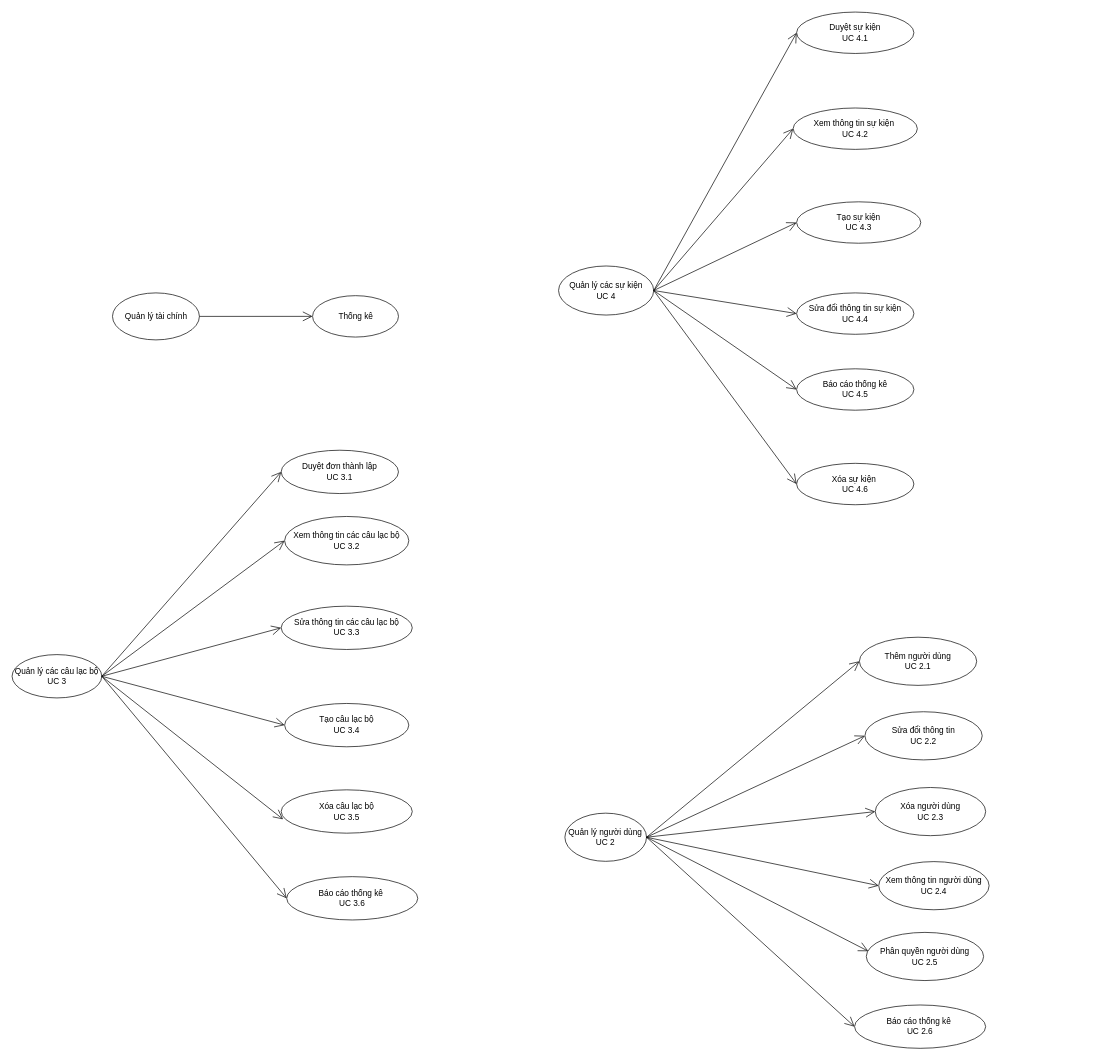
DnhTrn/finall_project keeps this draw.io diagram as page "event_content" (18 of 19) of Diagram.drawio. Above is the earlier version. Source tidied: cells renumbered, new cells numbered last; positions are measured from the earlier drawing's top-left corner, leaving out a move shared by most shapes. Both pictures are drawn from the tidied source at 69%, with x=0, y=0 at pixel (12, 12).
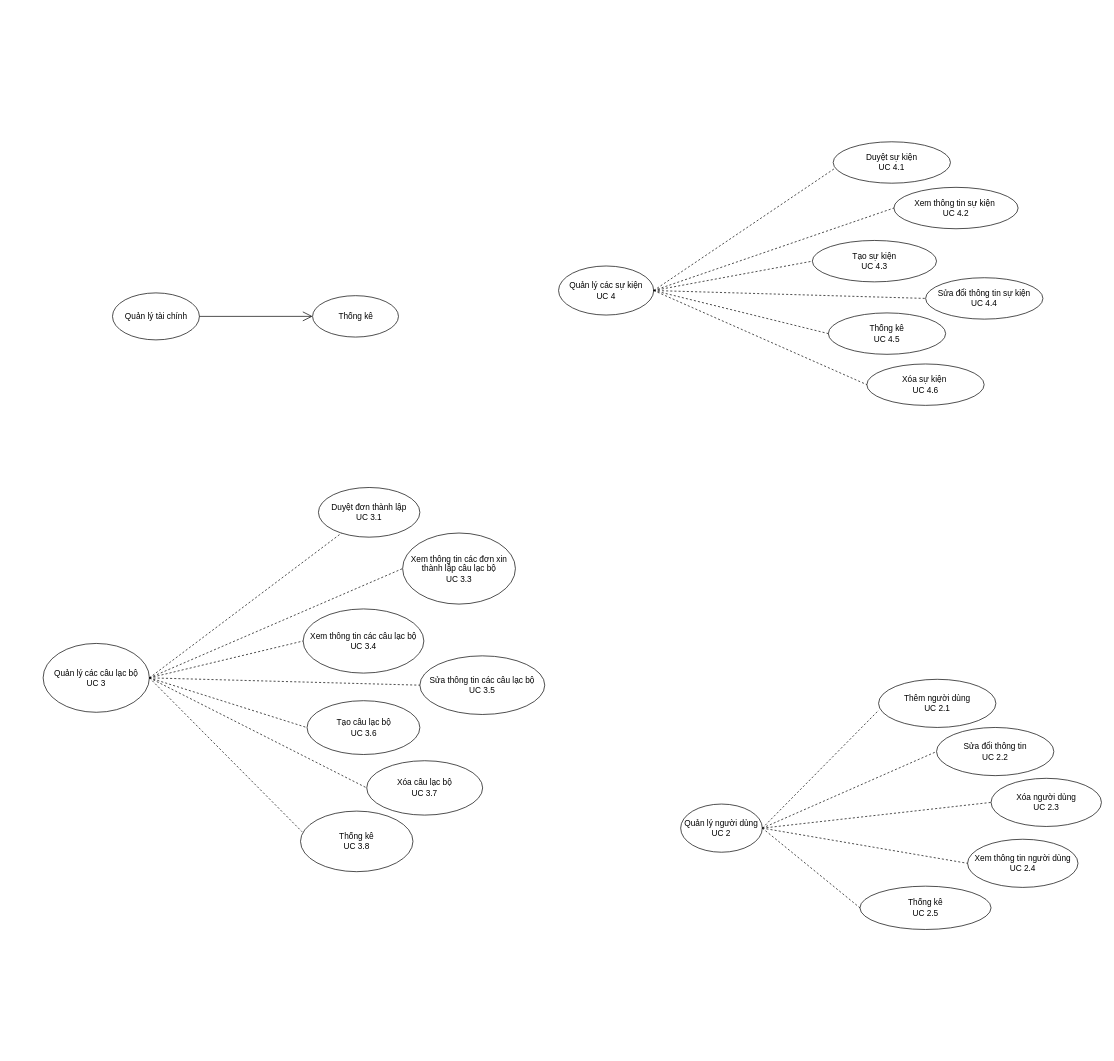
After the change.

The change refers to these unchanged cells:
```xml
<mxCell id="2" value="Quản lý các&lt;span style=&quot;background-color: initial;&quot;&gt;&amp;nbsp;sự kiện&lt;/span&gt;&lt;div&gt;&lt;span style=&quot;background-color: initial;&quot;&gt;UC 4&lt;/span&gt;&lt;/div&gt;" style="ellipse;whiteSpace=wrap;html=1;" parent="1" vertex="1">
  <mxGeometry x="792" y="368" width="137.9" height="71.1" as="geometry" />
</mxCell>
```

The edit, as a diff of the source:
```diff
@@
     <mxCell id="3" value="Duyệt sự kiện&lt;div&gt;UC 4.1&lt;/div&gt;" style="ellipse;whiteSpace=wrap;html=1;" parent="1" vertex="1">
-      <mxGeometry x="1137" width="170" height="60" as="geometry" />
+      <mxGeometry x="1190" y="188" width="170" height="60" as="geometry" />
     </mxCell>
     <mxCell id="4" value="Tạo sự kiện&lt;div&gt;UC 4.3&lt;/div&gt;" style="ellipse;whiteSpace=wrap;html=1;" parent="1" vertex="1">
-      <mxGeometry x="1137" y="275" width="180" height="60" as="geometry" />
+      <mxGeometry x="1159.8" y="331" width="180" height="60" as="geometry" />
     </mxCell>
     <mxCell id="5" value="Sửa đổi thông tin sự kiện&lt;div&gt;UC 4.4&lt;/div&gt;" style="ellipse;whiteSpace=wrap;html=1;" parent="1" vertex="1">
-      <mxGeometry x="1137" y="407" width="170" height="60" as="geometry" />
+      <mxGeometry x="1324" y="385" width="170" height="60" as="geometry" />
     </mxCell>
-    <mxCell id="6" value="Báo cáo thống kê&lt;div&gt;UC 4.5&lt;/div&gt;" style="ellipse;whiteSpace=wrap;html=1;" parent="1" vertex="1">
-      <mxGeometry x="1137" y="517" width="170" height="60" as="geometry" />
+    <mxCell id="6" value="Thống kê&lt;div&gt;UC 4.5&lt;/div&gt;" style="ellipse;whiteSpace=wrap;html=1;" parent="1" vertex="1">
+      <mxGeometry x="1183" y="436" width="170" height="60" as="geometry" />
     </mxCell>
-    <mxCell id="7" style="endArrow=open;endFill=1;endSize=12;html=1;rounded=0;exitX=1;exitY=0.5;exitDx=0;exitDy=0;entryX=0;entryY=0.5;entryDx=0;entryDy=0;" parent="1" edge="1" source="2" target="3">
+    <mxCell id="7" style="endArrow=none;endFill=0;endSize=12;html=1;rounded=0;exitX=1;exitY=0.5;exitDx=0;exitDy=0;entryX=0.006;entryY=0.657;entryDx=0;entryDy=0;dashed=1;entryPerimeter=0;" parent="1" edge="1" source="2" target="3">
       <mxGeometry relative="1" as="geometry" />
     </mxCell>
-    <mxCell id="8" style="endArrow=open;endFill=1;endSize=12;html=1;rounded=0;exitX=1;exitY=0.5;exitDx=0;exitDy=0;entryX=0;entryY=0.5;entryDx=0;entryDy=0;" parent="1" edge="1" source="2" target="4">
+    <mxCell id="8" style="endArrow=none;endFill=0;endSize=12;html=1;rounded=0;exitX=1;exitY=0.5;exitDx=0;exitDy=0;entryX=0;entryY=0.5;entryDx=0;entryDy=0;dashed=1;" parent="1" edge="1" source="2" target="4">
       <mxGeometry relative="1" as="geometry" />
     </mxCell>
-    <mxCell id="9" style="endArrow=open;endFill=1;endSize=12;html=1;rounded=0;entryX=0;entryY=0.5;entryDx=0;entryDy=0;exitX=1;exitY=0.5;exitDx=0;exitDy=0;" parent="1" edge="1" source="2" target="5">
+    <mxCell id="9" style="endArrow=none;endFill=0;endSize=12;html=1;rounded=0;entryX=0;entryY=0.5;entryDx=0;entryDy=0;exitX=1;exitY=0.5;exitDx=0;exitDy=0;dashed=1;" parent="1" edge="1" source="2" target="5">
       <mxGeometry relative="1" as="geometry" />
     </mxCell>
-    <mxCell id="10" style="endArrow=open;endFill=1;endSize=12;html=1;rounded=0;entryX=0;entryY=0.5;entryDx=0;entryDy=0;exitX=1;exitY=0.5;exitDx=0;exitDy=0;" parent="1" edge="1" source="2" target="6">
+    <mxCell id="10" style="endArrow=none;endFill=0;endSize=12;html=1;rounded=0;entryX=0;entryY=0.5;entryDx=0;entryDy=0;exitX=1;exitY=0.5;exitDx=0;exitDy=0;dashed=1;" parent="1" edge="1" source="2" target="6">
       <mxGeometry relative="1" as="geometry" />
     </mxCell>
     <mxCell id="11" value="Quản lý người dùng&lt;div&gt;UC 2&lt;/div&gt;" style="ellipse;whiteSpace=wrap;html=1;" parent="1" vertex="1">
-      <mxGeometry x="801.2" y="1161" width="118.3" height="69.8" as="geometry" />
+      <mxGeometry x="969" y="1147.8" width="118.3" height="69.8" as="geometry" />
     </mxCell>
     <mxCell id="12" value="Thêm người dùng&lt;div&gt;UC 2.1&lt;/div&gt;" style="ellipse;whiteSpace=wrap;html=1;" parent="1" vertex="1">
-      <mxGeometry x="1228" y="906" width="170" height="69.8" as="geometry" />
+      <mxGeometry x="1255.8" y="967" width="170" height="69.8" as="geometry" />
     </mxCell>
     <mxCell id="13" value="Sửa đổi thông tin&lt;div&gt;UC 2.2&lt;/div&gt;" style="ellipse;whiteSpace=wrap;html=1;" parent="1" vertex="1">
-      <mxGeometry x="1236" y="1014" width="170" height="69.8" as="geometry" />
+      <mxGeometry x="1339.8" y="1036.8" width="170" height="69.8" as="geometry" />
     </mxCell>
     <mxCell id="14" value="Xóa người dùng&lt;div&gt;UC 2.3&lt;/div&gt;" style="ellipse;whiteSpace=wrap;html=1;" parent="1" vertex="1">
-      <mxGeometry x="1251" y="1123.8" width="160" height="69.8" as="geometry" />
+      <mxGeometry x="1418.8" y="1110.5" width="160" height="69.8" as="geometry" />
     </mxCell>
     <mxCell id="15" value="Xem thông tin người dùng&lt;div&gt;UC 2.4&lt;/div&gt;" style="ellipse;whiteSpace=wrap;html=1;" parent="1" vertex="1">
-      <mxGeometry x="1256" y="1231.2" width="160" height="69.8" as="geometry" />
+      <mxGeometry x="1384.8" y="1198.8" width="160" height="69.8" as="geometry" />
     </mxCell>
-    <mxCell id="16" style="endArrow=open;endFill=1;endSize=12;html=1;rounded=0;entryX=0;entryY=0.5;entryDx=0;entryDy=0;exitX=1;exitY=0.5;exitDx=0;exitDy=0;" parent="1" edge="1" source="11" target="12">
+    <mxCell id="16" style="endArrow=none;endFill=0;endSize=12;html=1;rounded=0;entryX=0.002;entryY=0.64;entryDx=0;entryDy=0;exitX=1;exitY=0.5;exitDx=0;exitDy=0;dashed=1;entryPerimeter=0;" parent="1" edge="1" source="11" target="12">
       <mxGeometry relative="1" as="geometry" />
     </mxCell>
-    <mxCell id="17" style="endArrow=open;endFill=1;endSize=12;html=1;rounded=0;entryX=0;entryY=0.5;entryDx=0;entryDy=0;exitX=1;exitY=0.5;exitDx=0;exitDy=0;" parent="1" edge="1" source="11" target="13">
+    <mxCell id="17" style="endArrow=none;endFill=0;endSize=12;html=1;rounded=0;entryX=0;entryY=0.5;entryDx=0;entryDy=0;exitX=1;exitY=0.5;exitDx=0;exitDy=0;dashed=1;" parent="1" edge="1" source="11" target="13">
       <mxGeometry relative="1" as="geometry" />
     </mxCell>
-    <mxCell id="18" style="endArrow=open;endFill=1;endSize=12;html=1;rounded=0;entryX=0;entryY=0.5;entryDx=0;entryDy=0;exitX=1;exitY=0.5;exitDx=0;exitDy=0;" parent="1" edge="1" source="11" target="14">
+    <mxCell id="18" style="endArrow=none;endFill=0;endSize=12;html=1;rounded=0;entryX=0;entryY=0.5;entryDx=0;entryDy=0;exitX=1;exitY=0.5;exitDx=0;exitDy=0;dashed=1;" parent="1" edge="1" source="11" target="14">
       <mxGeometry relative="1" as="geometry" />
     </mxCell>
-    <mxCell id="19" style="endArrow=open;endFill=1;endSize=12;html=1;rounded=0;entryX=0;entryY=0.5;entryDx=0;entryDy=0;exitX=1;exitY=0.5;exitDx=0;exitDy=0;" parent="1" edge="1" source="11" target="15">
+    <mxCell id="19" style="endArrow=none;endFill=0;endSize=12;html=1;rounded=0;entryX=0;entryY=0.5;entryDx=0;entryDy=0;exitX=1;exitY=0.5;exitDx=0;exitDy=0;dashed=1;" parent="1" edge="1" source="11" target="15">
       <mxGeometry relative="1" as="geometry" />
     </mxCell>
     <mxCell id="20" value="Quản lý các câu lạc bộ&lt;div&gt;UC 3&lt;/div&gt;" style="ellipse;whiteSpace=wrap;html=1;" parent="1" vertex="1">
-      <mxGeometry y="931.2" width="130" height="62.8" as="geometry" />
+      <mxGeometry x="45" y="915" width="154" height="99.8" as="geometry" />
     </mxCell>
     <mxCell id="21" value="Duyệt đơn thành lập&lt;div&gt;UC 3.1&lt;/div&gt;" style="ellipse;whiteSpace=wrap;html=1;" parent="1" vertex="1">
-      <mxGeometry x="390" y="635" width="170" height="62.8" as="geometry" />
+      <mxGeometry x="444" y="689" width="147" height="72" as="geometry" />
     </mxCell>
-    <mxCell id="22" value="Xem thông tin các câu lạc bộ&lt;div&gt;UC 3.2&lt;/div&gt;" style="ellipse;whiteSpace=wrap;html=1;" parent="1" vertex="1">
-      <mxGeometry x="395" y="731" width="180" height="70.2" as="geometry" />
+    <mxCell id="22" value="Xem thông tin các câu lạc bộ&lt;div&gt;UC 3.4&lt;/div&gt;" style="ellipse;whiteSpace=wrap;html=1;" parent="1" vertex="1">
+      <mxGeometry x="421.8" y="865" width="175" height="93" as="geometry" />
     </mxCell>
-    <mxCell id="23" value="Sửa thông tin các câu lạc bộ&lt;div&gt;UC 3.3&lt;/div&gt;" style="ellipse;whiteSpace=wrap;html=1;" parent="1" vertex="1">
-      <mxGeometry x="390" y="861" width="190" height="62.8" as="geometry" />
+    <mxCell id="23" value="Sửa thông tin các câu lạc bộ&lt;div&gt;UC 3.5&lt;/div&gt;" style="ellipse;whiteSpace=wrap;html=1;" parent="1" vertex="1">
+      <mxGeometry x="591" y="933" width="181" height="85" as="geometry" />
     </mxCell>
-    <mxCell id="24" value="Xóa câu lạc bộ&lt;div&gt;UC 3.5&lt;/div&gt;" style="ellipse;whiteSpace=wrap;html=1;" parent="1" vertex="1">
-      <mxGeometry x="390" y="1127.2" width="190" height="62.8" as="geometry" />
+    <mxCell id="24" value="Xóa câu lạc bộ&lt;div&gt;UC 3.7&lt;/div&gt;" style="ellipse;whiteSpace=wrap;html=1;" parent="1" vertex="1">
+      <mxGeometry x="514" y="1085" width="168" height="78.8" as="geometry" />
     </mxCell>
-    <mxCell id="25" value="Phân quyền người dùng&lt;div&gt;UC 2.5&lt;/div&gt;" style="ellipse;whiteSpace=wrap;html=1;" parent="1" vertex="1">
-      <mxGeometry x="1238" y="1333.8" width="170" height="69.8" as="geometry" />
-    </mxCell>
-    <mxCell id="26" style="endArrow=open;endFill=1;endSize=12;html=1;rounded=0;entryX=0.015;entryY=0.68;entryDx=0;entryDy=0;exitX=1;exitY=0.5;exitDx=0;exitDy=0;entryPerimeter=0;" parent="1" edge="1" source="20" target="24">
+    <mxCell id="26" style="endArrow=none;endFill=0;endSize=12;html=1;rounded=0;entryX=0.015;entryY=0.68;entryDx=0;entryDy=0;exitX=1;exitY=0.5;exitDx=0;exitDy=0;entryPerimeter=0;strokeColor=none;dashed=1;" parent="1" edge="1" source="20" target="24">
       <mxGeometry relative="1" as="geometry" />
     </mxCell>
-    <mxCell id="27" style="endArrow=open;endFill=1;endSize=12;html=1;rounded=0;entryX=0;entryY=0.5;entryDx=0;entryDy=0;exitX=1;exitY=0.5;exitDx=0;exitDy=0;" parent="1" edge="1" source="20" target="23">
+    <mxCell id="27" style="endArrow=none;endFill=0;endSize=12;html=1;rounded=0;entryX=0;entryY=0.5;entryDx=0;entryDy=0;exitX=1;exitY=0.5;exitDx=0;exitDy=0;dashed=1;" parent="1" edge="1" source="20" target="23">
       <mxGeometry relative="1" as="geometry" />
     </mxCell>
-    <mxCell id="28" style="endArrow=open;endFill=1;endSize=12;html=1;rounded=0;entryX=0;entryY=0.5;entryDx=0;entryDy=0;exitX=1;exitY=0.5;exitDx=0;exitDy=0;" parent="1" edge="1" source="20" target="22">
+    <mxCell id="28" style="endArrow=none;endFill=0;endSize=12;html=1;rounded=0;entryX=0;entryY=0.5;entryDx=0;entryDy=0;exitX=1;exitY=0.5;exitDx=0;exitDy=0;dashed=1;" parent="1" edge="1" source="20" target="22">
       <mxGeometry relative="1" as="geometry" />
     </mxCell>
-    <mxCell id="29" style="endArrow=open;endFill=1;endSize=12;html=1;rounded=0;entryX=0;entryY=0.5;entryDx=0;entryDy=0;exitX=1;exitY=0.5;exitDx=0;exitDy=0;" parent="1" edge="1" source="20" target="21">
+    <mxCell id="29" style="endArrow=none;endFill=0;endSize=12;html=1;rounded=0;exitX=1;exitY=0.5;exitDx=0;exitDy=0;dashed=1;" parent="1" edge="1" source="20" target="21">
       <mxGeometry relative="1" as="geometry" />
     </mxCell>
-    <mxCell id="30" style="endArrow=open;endFill=1;endSize=12;html=1;rounded=0;entryX=0.017;entryY=0.39;entryDx=0;entryDy=0;entryPerimeter=0;exitX=1;exitY=0.5;exitDx=0;exitDy=0;" parent="1" edge="1" source="11" target="25">
-      <mxGeometry relative="1" as="geometry" />
-    </mxCell>
-    <mxCell id="31" value="Tạo câu lạc bộ&lt;div&gt;UC 3.4&lt;/div&gt;" style="ellipse;whiteSpace=wrap;html=1;" parent="1" vertex="1">
-      <mxGeometry x="395" y="1002" width="180" height="62.8" as="geometry" />
+    <mxCell id="31" value="Tạo câu lạc bộ&lt;div&gt;UC 3.6&lt;/div&gt;" style="ellipse;whiteSpace=wrap;html=1;" parent="1" vertex="1">
+      <mxGeometry x="427.5" y="998" width="163.5" height="78" as="geometry" />
     </mxCell>
-    <mxCell id="32" style="endArrow=open;endFill=1;endSize=12;html=1;rounded=0;entryX=0;entryY=0.5;entryDx=0;entryDy=0;exitX=1;exitY=0.5;exitDx=0;exitDy=0;" parent="1" edge="1" source="20" target="31">
+    <mxCell id="32" style="endArrow=none;endFill=0;endSize=12;html=1;rounded=0;entryX=0;entryY=0.5;entryDx=0;entryDy=0;exitX=1;exitY=0.5;exitDx=0;exitDy=0;dashed=1;" parent="1" edge="1" source="20" target="31">
       <mxGeometry relative="1" as="geometry" />
     </mxCell>
     <mxCell id="33" value="Xóa sự kiện&amp;nbsp;&lt;div&gt;UC 4.6&lt;/div&gt;" style="ellipse;whiteSpace=wrap;html=1;" parent="1" vertex="1">
-      <mxGeometry x="1137" y="654" width="170" height="60" as="geometry" />
+      <mxGeometry x="1238.8" y="510" width="170" height="60" as="geometry" />
     </mxCell>
-    <mxCell id="34" style="endArrow=open;endFill=1;endSize=12;html=1;rounded=0;entryX=0;entryY=0.5;entryDx=0;entryDy=0;exitX=1;exitY=0.5;exitDx=0;exitDy=0;" parent="1" edge="1" source="2" target="33">
+    <mxCell id="34" style="endArrow=none;endFill=0;endSize=12;html=1;rounded=0;entryX=0;entryY=0.5;entryDx=0;entryDy=0;exitX=1;exitY=0.5;exitDx=0;exitDy=0;dashed=1;" parent="1" edge="1" source="2" target="33">
       <mxGeometry relative="1" as="geometry" />
     </mxCell>
     <mxCell id="35" value="&lt;div&gt;Xem thông tin sự kiện&amp;nbsp;&lt;/div&gt;&lt;div&gt;UC 4.2&lt;/div&gt;" style="ellipse;whiteSpace=wrap;html=1;" parent="1" vertex="1">
-      <mxGeometry x="1132" y="139" width="180" height="60" as="geometry" />
+      <mxGeometry x="1278" y="254" width="180" height="60" as="geometry" />
     </mxCell>
-    <mxCell id="36" style="endArrow=open;endFill=1;endSize=12;html=1;rounded=0;exitX=1;exitY=0.5;exitDx=0;exitDy=0;entryX=0;entryY=0.5;entryDx=0;entryDy=0;" parent="1" edge="1" source="2" target="35">
+    <mxCell id="36" style="endArrow=none;endFill=0;endSize=12;html=1;rounded=0;exitX=1;exitY=0.5;exitDx=0;exitDy=0;entryX=0;entryY=0.5;entryDx=0;entryDy=0;dashed=1;" parent="1" edge="1" source="2" target="35">
       <mxGeometry relative="1" as="geometry" />
     </mxCell>
-    <mxCell id="37" value="&lt;div&gt;Báo cáo thống kê&amp;nbsp;&lt;/div&gt;&lt;div&gt;UC 3.6&lt;/div&gt;" style="ellipse;whiteSpace=wrap;html=1;" parent="1" vertex="1">
-      <mxGeometry x="398" y="1253" width="190" height="62.8" as="geometry" />
+    <mxCell id="37" value="&lt;div&gt;Thống kê&lt;/div&gt;&lt;div&gt;UC 3.8&lt;/div&gt;" style="ellipse;whiteSpace=wrap;html=1;" parent="1" vertex="1">
+      <mxGeometry x="418" y="1158" width="163" height="87.8" as="geometry" />
     </mxCell>
-    <mxCell id="38" style="endArrow=open;endFill=1;endSize=12;html=1;rounded=0;entryX=0;entryY=0.5;entryDx=0;entryDy=0;exitX=1;exitY=0.5;exitDx=0;exitDy=0;" parent="1" edge="1" source="20" target="37">
+    <mxCell id="38" style="endArrow=none;endFill=0;endSize=12;html=1;rounded=0;entryX=0.014;entryY=0.341;entryDx=0;entryDy=0;exitX=1;exitY=0.5;exitDx=0;exitDy=0;dashed=1;entryPerimeter=0;" parent="1" edge="1" source="20" target="37">
       <mxGeometry relative="1" as="geometry" />
     </mxCell>
-    <mxCell id="39" value="&lt;div&gt;Báo cáo thống kê&amp;nbsp;&lt;/div&gt;&lt;div&gt;UC 2.6&lt;/div&gt;" style="ellipse;whiteSpace=wrap;html=1;" parent="1" vertex="1">
-      <mxGeometry x="1221" y="1439" width="190" height="62.8" as="geometry" />
+    <mxCell id="39" value="Thống kê&lt;div&gt;UC 2.5&lt;/div&gt;" style="ellipse;whiteSpace=wrap;html=1;" parent="1" vertex="1">
+      <mxGeometry x="1228.8" y="1266.8" width="190" height="62.8" as="geometry" />
     </mxCell>
-    <mxCell id="40" style="endArrow=open;endFill=1;endSize=12;html=1;rounded=0;entryX=0;entryY=0.5;entryDx=0;entryDy=0;exitX=1;exitY=0.5;exitDx=0;exitDy=0;" parent="1" edge="1" source="11" target="39">
+    <mxCell id="40" style="endArrow=none;endFill=0;endSize=12;html=1;rounded=0;entryX=0;entryY=0.5;entryDx=0;entryDy=0;exitX=1;exitY=0.5;exitDx=0;exitDy=0;dashed=1;" parent="1" edge="1" source="11" target="39">
       <mxGeometry relative="1" as="geometry" />
     </mxCell>
@@
+    <mxCell id="44" value="Xem thông tin các đơn xin thành lập câu lạc bộ&lt;div&gt;UC 3.3&lt;/div&gt;" style="ellipse;whiteSpace=wrap;html=1;" parent="1" vertex="1">
+      <mxGeometry x="566" y="755" width="163.5" height="103" as="geometry" />
+    </mxCell>
+    <mxCell id="45" style="endArrow=none;endFill=0;endSize=12;html=1;rounded=0;entryX=0;entryY=0.5;entryDx=0;entryDy=0;exitX=1;exitY=0.5;exitDx=0;exitDy=0;dashed=1;" parent="1" edge="1" source="20" target="44">
+      <mxGeometry relative="1" as="geometry" />
+    </mxCell>
+    <mxCell id="46" style="endArrow=none;endFill=0;endSize=12;html=1;rounded=0;entryX=0;entryY=0.5;entryDx=0;entryDy=0;exitX=1;exitY=0.5;exitDx=0;exitDy=0;dashed=1;" parent="1" edge="1" source="20" target="24">
+      <mxGeometry relative="1" as="geometry" />
+    </mxCell>
```
